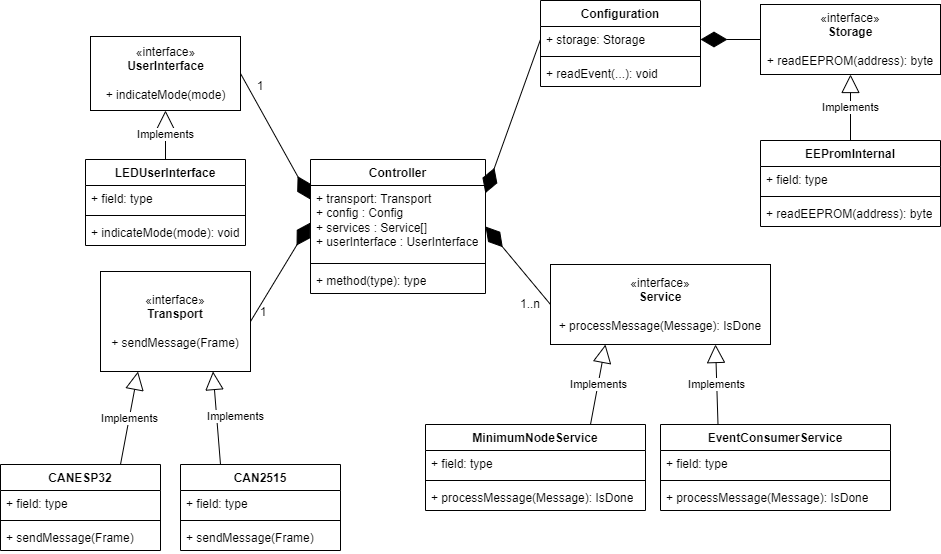
This is docs/VLCB-Arduino-Classes.png from SvenRosvall/VLCB-Arduino, a draw.io export, as it was before one commit. Source tidied: cells renumbered, new cells last; positions are measured from the earlier drawing's top-left corner, leaving out a move shared by most shapes.
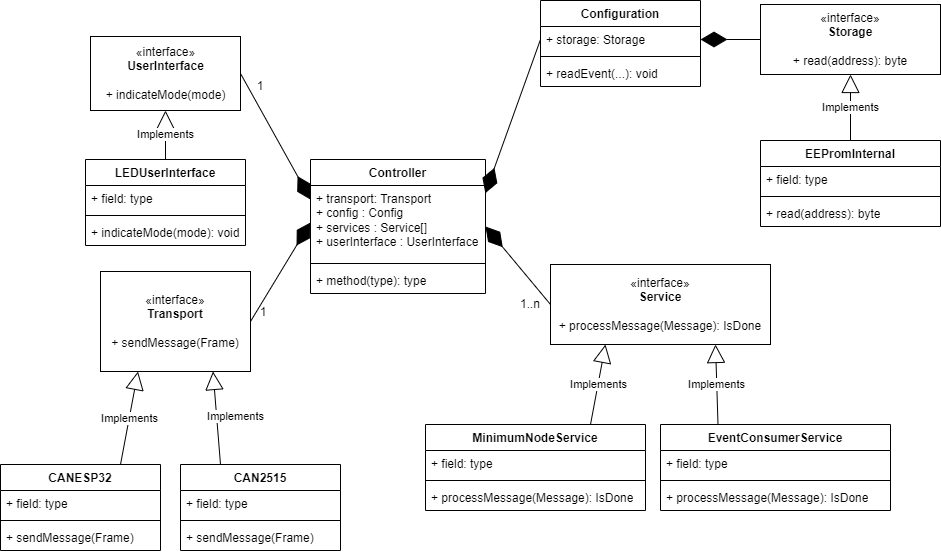
After the commit.

Commit message:
Rename Storage methods xxxEEPROM().

Diff of the diagram source:
```diff
@@ -97,7 +97,7 @@
     <mxCell id="32" value="1" style="text;html=1;strokeColor=none;fillColor=none;align=center;verticalAlign=middle;whiteSpace=wrap;rounded=0;" parent="1" vertex="1">
       <mxGeometry x="238" y="300" width="50" height="23" as="geometry" />
     </mxCell>
-    <mxCell id="33" value="«interface»&lt;br&gt;&lt;b&gt;Storage&lt;br&gt;&lt;br&gt;&lt;/b&gt;+ readEEPROM(address): byte&lt;b&gt;&lt;br&gt;&lt;/b&gt;" style="html=1;whiteSpace=wrap;" parent="1" vertex="1">
+    <mxCell id="33" value="«interface»&lt;br&gt;&lt;b&gt;Storage&lt;br&gt;&lt;br&gt;&lt;/b&gt;+ read(address): byte&lt;b&gt;&lt;br&gt;&lt;/b&gt;" style="html=1;whiteSpace=wrap;" parent="1" vertex="1">
       <mxGeometry x="760" y="4" width="180" height="70" as="geometry" />
     </mxCell>
     <mxCell id="34" value="Configuration" style="swimlane;fontStyle=1;align=center;verticalAlign=top;horizontal=1;startSize=26;whiteSpace=wrap;html=1;" parent="1" vertex="1">
@@ -130,7 +130,7 @@
     <mxCell id="43" style="line;strokeWidth=1;fillColor=none;align=left;verticalAlign=middle;spacingTop=-1;spacingLeft=3;spacingRight=3;labelPosition=right;strokeColor=inherit;" parent="41" vertex="1">
       <mxGeometry y="52" width="180" height="8" as="geometry" />
     </mxCell>
-    <mxCell id="44" value="+ readEEPROM(address): byte" style="text;strokeColor=none;fillColor=none;align=left;verticalAlign=top;spacingLeft=4;spacingRight=4;overflow=hidden;whiteSpace=wrap;html=1;" parent="41" vertex="1">
+    <mxCell id="44" value="+ read(address): byte" style="text;strokeColor=none;fillColor=none;align=left;verticalAlign=top;spacingLeft=4;spacingRight=4;overflow=hidden;whiteSpace=wrap;html=1;" parent="41" vertex="1">
       <mxGeometry y="60" width="180" height="26" as="geometry" />
     </mxCell>
     <mxCell id="45" value="«interface»&lt;br&gt;&lt;b&gt;UserInterface&lt;/b&gt;&lt;br&gt;&lt;br&gt;+ indicateMode(mode)" style="html=1;" parent="1" vertex="1">
```
